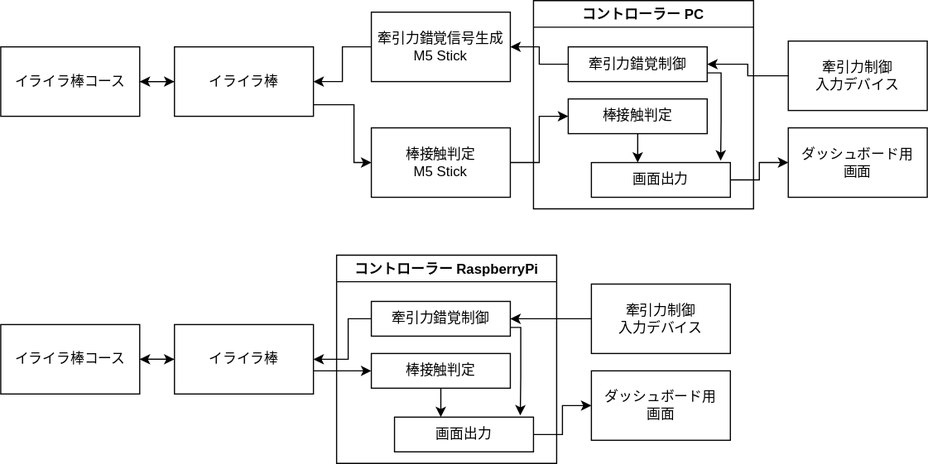
This is システム構成図.drawio.svg from project-isehara/iraira-game, a draw.io export, as it was before one commit. Source tidied: cells renumbered, new cells last; positions are measured from the earlier drawing's top-left corner, leaving out a move shared by most shapes.
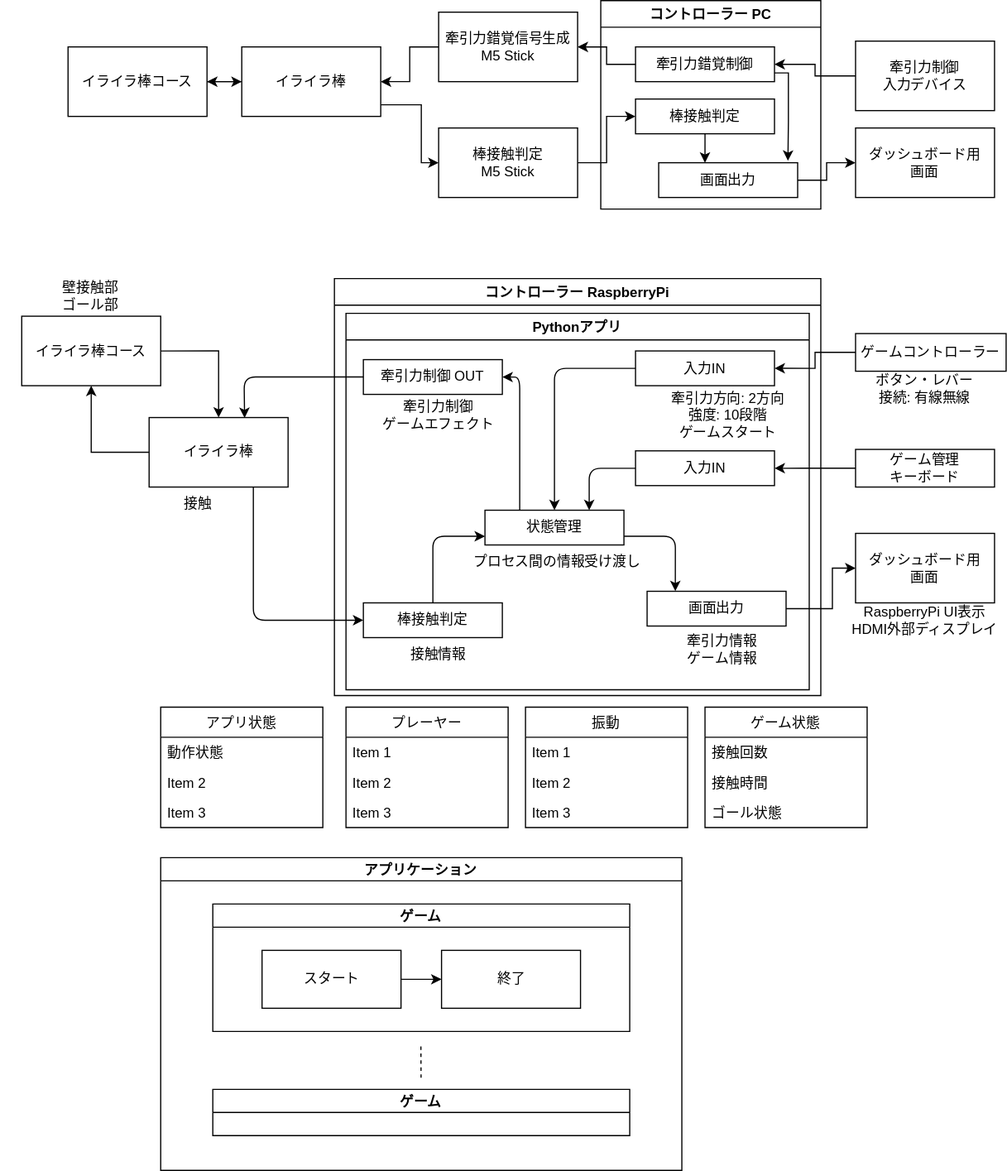
After the change.

Diff of the diagram source:
```diff
@@ -6,63 +6,87 @@
       <mxGeometry relative="1" as="geometry" />
     </mxCell>
     <mxCell id="3" value="イライラ棒コース" style="rounded=0;whiteSpace=wrap;html=1;" parent="1" vertex="1">
-      <mxGeometry y="280" width="120" height="60" as="geometry" />
+      <mxGeometry x="-40" y="272.5" width="120" height="60" as="geometry" />
     </mxCell>
-    <mxCell id="4" style="edgeStyle=orthogonalEdgeStyle;rounded=0;jettySize=auto;html=1;" parent="1" edge="1" source="6" target="3">
+    <mxCell id="4" style="edgeStyle=orthogonalEdgeStyle;rounded=0;jettySize=auto;html=1;exitX=0;exitY=0.5;exitDx=0;exitDy=0;" parent="1" edge="1" source="6" target="3">
       <mxGeometry relative="1" as="geometry" />
     </mxCell>
-    <mxCell id="5" style="edgeStyle=orthogonalEdgeStyle;rounded=0;jettySize=auto;html=1;" parent="1" edge="1" target="11">
-      <mxGeometry relative="1" as="geometry">
-        <mxPoint x="270" y="320" as="sourcePoint" />
-      </mxGeometry>
-    </mxCell>
+    <mxCell id="38" style="edgeStyle=orthogonalEdgeStyle;html=1;entryX=0;entryY=0.5;entryDx=0;entryDy=0;exitX=0.75;exitY=1;exitDx=0;exitDy=0;" parent="1" edge="1" source="6" target="11">
+      <mxGeometry relative="1" as="geometry" />
+    </mxCell>
     <mxCell id="6" value="イライラ棒" style="rounded=0;whiteSpace=wrap;html=1;" parent="1" vertex="1">
-      <mxGeometry x="150" y="280" width="120" height="60" as="geometry" />
+      <mxGeometry x="70" y="360" width="120" height="60" as="geometry" />
     </mxCell>
     <mxCell id="7" value="コントローラー RaspberryPi" style="swimlane;" parent="1" vertex="1">
-      <mxGeometry x="290" y="220" width="190" height="180" as="geometry" />
+      <mxGeometry x="230" y="240" width="420" height="360" as="geometry" />
     </mxCell>
-    <mxCell id="8" style="edgeStyle=orthogonalEdgeStyle;rounded=0;jettySize=auto;html=1;exitX=1;exitY=0.75;exitDx=0;exitDy=0;entryX=0.905;entryY=-0.049;entryDx=0;entryDy=0;entryPerimeter=0;" parent="7" edge="1" source="9" target="12">
-      <mxGeometry relative="1" as="geometry">
-        <Array as="points">
-          <mxPoint x="159" y="63" />
-          <mxPoint x="159" y="105" />
-          <mxPoint x="159" y="105" />
-        </Array>
-      </mxGeometry>
-    </mxCell>
+    <mxCell id="39" value="Pythonアプリ" style="swimlane;" parent="7" vertex="1">
+      <mxGeometry x="10" y="30" width="400" height="325" as="geometry" />
+    </mxCell>
+    <mxCell id="40" style="edgeStyle=orthogonalEdgeStyle;html=1;" parent="39" edge="1" source="41" target="44">
+      <mxGeometry relative="1" as="geometry" />
+    </mxCell>
+    <mxCell id="41" value="入力IN" style="rounded=0;whiteSpace=wrap;html=1;" parent="39" vertex="1">
+      <mxGeometry x="250" y="32.5" width="120" height="30" as="geometry" />
+    </mxCell>
-    <mxCell id="9" value="&lt;div&gt;牽引力錯覚制御&lt;/div&gt;" style="rounded=0;whiteSpace=wrap;html=1;" parent="7" vertex="1">
-      <mxGeometry x="30" y="40" width="120" height="30" as="geometry" />
+    <mxCell id="9" value="&lt;div&gt;牽引力制御 OUT&lt;/div&gt;" style="rounded=0;whiteSpace=wrap;html=1;" parent="39" vertex="1">
+      <mxGeometry x="15" y="40" width="120" height="30" as="geometry" />
     </mxCell>
-    <mxCell id="10" style="edgeStyle=orthogonalEdgeStyle;rounded=0;jettySize=auto;html=1;entryX=0.333;entryY=0;entryDx=0;entryDy=0;entryPerimeter=0;" parent="7" edge="1" source="11" target="12">
-      <mxGeometry relative="1" as="geometry" />
-    </mxCell>
+    <mxCell id="42" style="edgeStyle=orthogonalEdgeStyle;html=1;exitX=1;exitY=0.75;exitDx=0;exitDy=0;entryX=0.203;entryY=-0.003;entryDx=0;entryDy=0;entryPerimeter=0;" parent="39" edge="1" source="44" target="12">
+      <mxGeometry relative="1" as="geometry" />
+    </mxCell>
+    <mxCell id="43" style="edgeStyle=orthogonalEdgeStyle;html=1;exitX=0.25;exitY=0;exitDx=0;exitDy=0;entryX=1;entryY=0.5;entryDx=0;entryDy=0;" parent="39" edge="1" source="44" target="9">
+      <mxGeometry relative="1" as="geometry" />
+    </mxCell>
+    <mxCell id="44" value="状態管理" style="rounded=0;whiteSpace=wrap;html=1;" parent="39" vertex="1">
+      <mxGeometry x="120" y="170" width="120" height="30" as="geometry" />
+    </mxCell>
+    <mxCell id="45" style="edgeStyle=orthogonalEdgeStyle;html=1;entryX=0;entryY=0.75;entryDx=0;entryDy=0;" parent="39" edge="1" source="11" target="44">
+      <mxGeometry relative="1" as="geometry" />
+    </mxCell>
-    <mxCell id="11" value="&lt;div&gt;棒接触判定&lt;/div&gt;" style="rounded=0;whiteSpace=wrap;html=1;" parent="7" vertex="1">
-      <mxGeometry x="30" y="85" width="120" height="30" as="geometry" />
+    <mxCell id="11" value="&lt;div&gt;棒接触判定&lt;/div&gt;" style="rounded=0;whiteSpace=wrap;html=1;" parent="39" vertex="1">
+      <mxGeometry x="15" y="250" width="120" height="30" as="geometry" />
     </mxCell>
-    <mxCell id="12" value="&lt;div&gt;画面出力&lt;/div&gt;" style="rounded=0;whiteSpace=wrap;html=1;" parent="7" vertex="1">
-      <mxGeometry x="50" y="140" width="120" height="30" as="geometry" />
+    <mxCell id="12" value="&lt;div&gt;画面出力&lt;/div&gt;" style="rounded=0;whiteSpace=wrap;html=1;" parent="39" vertex="1">
+      <mxGeometry x="260" y="240" width="120" height="30" as="geometry" />
     </mxCell>
+    <mxCell id="46" value="牽引力方向: 2方向&lt;br&gt;強度: 10段階&lt;br&gt;ゲームスタート" style="text;html=1;strokeColor=none;fillColor=none;align=center;verticalAlign=middle;whiteSpace=wrap;rounded=0;" parent="39" vertex="1">
+      <mxGeometry x="270" y="62.5" width="120" height="50" as="geometry" />
+    </mxCell>
+    <mxCell id="47" value="牽引力情報&lt;br&gt;ゲーム情報" style="text;html=1;strokeColor=none;fillColor=none;align=center;verticalAlign=middle;whiteSpace=wrap;rounded=0;" parent="39" vertex="1">
+      <mxGeometry x="260" y="275" width="130" height="30" as="geometry" />
+    </mxCell>
+    <mxCell id="48" style="edgeStyle=orthogonalEdgeStyle;html=1;entryX=0.75;entryY=0;entryDx=0;entryDy=0;" parent="39" edge="1" source="49" target="44">
+      <mxGeometry relative="1" as="geometry" />
+    </mxCell>
+    <mxCell id="49" value="入力IN" style="rounded=0;whiteSpace=wrap;html=1;" parent="39" vertex="1">
+      <mxGeometry x="250" y="118.8" width="120" height="30" as="geometry" />
+    </mxCell>
+    <mxCell id="50" value="接触情報" style="text;html=1;strokeColor=none;fillColor=none;align=center;verticalAlign=middle;whiteSpace=wrap;rounded=0;" parent="39" vertex="1">
+      <mxGeometry x="15" y="280" width="130" height="30" as="geometry" />
+    </mxCell>
+    <mxCell id="51" value="牽引力制御&lt;br&gt;ゲームエフェクト" style="text;html=1;strokeColor=none;fillColor=none;align=center;verticalAlign=middle;whiteSpace=wrap;rounded=0;" parent="39" vertex="1">
+      <mxGeometry x="15" y="72.5" width="130" height="30" as="geometry" />
+    </mxCell>
+    <mxCell id="52" value="プロセス間の情報受け渡し&lt;br&gt;" style="text;html=1;strokeColor=none;fillColor=none;align=center;verticalAlign=middle;whiteSpace=wrap;rounded=0;" parent="39" vertex="1">
+      <mxGeometry x="105" y="200" width="155" height="30" as="geometry" />
+    </mxCell>
     <mxCell id="13" value="&lt;div&gt;ダッシュボード用&lt;/div&gt;&lt;div&gt;画面&lt;/div&gt;" style="rounded=0;whiteSpace=wrap;html=1;" parent="1" vertex="1">
-      <mxGeometry x="510" y="320" width="120" height="60" as="geometry" />
+      <mxGeometry x="680" y="460" width="120" height="60" as="geometry" />
     </mxCell>
-    <mxCell id="14" style="edgeStyle=orthogonalEdgeStyle;rounded=0;jettySize=auto;html=1;entryX=1;entryY=0.5;entryDx=0;entryDy=0;" parent="1" edge="1" source="15" target="9">
+    <mxCell id="14" style="edgeStyle=orthogonalEdgeStyle;rounded=0;jettySize=auto;html=1;entryX=1;entryY=0.5;entryDx=0;entryDy=0;" parent="1" edge="1" source="15" target="41">
       <mxGeometry relative="1" as="geometry" />
     </mxCell>
-    <mxCell id="15" value="牽引力制御&lt;br&gt;入力デバイス" style="rounded=0;whiteSpace=wrap;html=1;" parent="1" vertex="1">
-      <mxGeometry x="510" y="245" width="120" height="60" as="geometry" />
+    <mxCell id="15" value="ゲームコントローラー" style="rounded=0;whiteSpace=wrap;html=1;" parent="1" vertex="1">
+      <mxGeometry x="680" y="287.5" width="130" height="32.5" as="geometry" />
     </mxCell>
-    <mxCell id="16" style="edgeStyle=orthogonalEdgeStyle;rounded=0;jettySize=auto;html=1;" parent="1" edge="1" source="9">
-      <mxGeometry relative="1" as="geometry">
-        <mxPoint x="270" y="310" as="targetPoint" />
-        <Array as="points">
-          <mxPoint x="300" y="275" />
-          <mxPoint x="300" y="310" />
-        </Array>
-      </mxGeometry>
-    </mxCell>
     <mxCell id="17" style="edgeStyle=orthogonalEdgeStyle;rounded=0;jettySize=auto;html=1;" parent="1" edge="1" source="12" target="13">
-      <mxGeometry relative="1" as="geometry" />
+      <mxGeometry relative="1" as="geometry">
+        <Array as="points">
+          <mxPoint x="660" y="525" />
+          <mxPoint x="660" y="490" />
+        </Array>
+      </mxGeometry>
     </mxCell>
     <mxCell id="18" style="edgeStyle=orthogonalEdgeStyle;rounded=0;jettySize=auto;html=1;" parent="1" edge="1" source="19" target="26">
       <mxGeometry relative="1" as="geometry" />
@@ -134,5 +158,102 @@
     <mxCell id="37" style="edgeStyle=orthogonalEdgeStyle;rounded=0;jettySize=auto;html=1;entryX=1;entryY=0.5;entryDx=0;entryDy=0;" parent="1" edge="1" source="29" target="19">
       <mxGeometry relative="1" as="geometry" />
     </mxCell>
+    <mxCell id="53" style="edgeStyle=none;html=1;entryX=0.687;entryY=0.006;entryDx=0;entryDy=0;entryPerimeter=0;" parent="1" edge="1" source="9" target="6">
+      <mxGeometry relative="1" as="geometry">
+        <Array as="points">
+          <mxPoint x="152" y="325" />
+        </Array>
+      </mxGeometry>
+    </mxCell>
+    <mxCell id="54" value="ボタン・レバー&lt;br&gt;接続: 有線無線" style="text;html=1;strokeColor=none;fillColor=none;align=center;verticalAlign=middle;whiteSpace=wrap;rounded=0;" parent="1" vertex="1">
+      <mxGeometry x="680" y="320" width="120" height="30" as="geometry" />
+    </mxCell>
+    <mxCell id="55" value="RaspberryPi UI表示&lt;br&gt;HDMI外部ディスプレイ" style="text;html=1;strokeColor=none;fillColor=none;align=center;verticalAlign=middle;whiteSpace=wrap;rounded=0;" parent="1" vertex="1">
+      <mxGeometry x="675" y="520" width="130" height="30" as="geometry" />
+    </mxCell>
+    <mxCell id="56" value="アプリ状態" style="swimlane;fontStyle=0;horizontal=1;startSize=26;fillColor=none;" parent="1" vertex="1">
+      <mxGeometry x="80" y="610" width="140" height="104" as="geometry" />
+    </mxCell>
+    <mxCell id="57" value="動作状態" style="text;strokeColor=none;fillColor=none;align=left;verticalAlign=top;spacingLeft=4;spacingRight=4;overflow=hidden;" parent="56" vertex="1">
+      <mxGeometry y="26" width="140" height="26" as="geometry" />
+    </mxCell>
+    <mxCell id="58" value="Item 2" style="text;strokeColor=none;fillColor=none;align=left;verticalAlign=top;spacingLeft=4;spacingRight=4;overflow=hidden;" parent="56" vertex="1">
+      <mxGeometry y="52" width="140" height="26" as="geometry" />
+    </mxCell>
+    <mxCell id="59" value="Item 3" style="text;strokeColor=none;fillColor=none;align=left;verticalAlign=top;spacingLeft=4;spacingRight=4;overflow=hidden;" parent="56" vertex="1">
+      <mxGeometry y="78" width="140" height="26" as="geometry" />
+    </mxCell>
+    <mxCell id="60" value="プレーヤー" style="swimlane;fontStyle=0;horizontal=1;startSize=26;fillColor=none;" parent="1" vertex="1">
+      <mxGeometry x="240" y="610" width="140" height="104" as="geometry" />
+    </mxCell>
+    <mxCell id="61" value="Item 1" style="text;strokeColor=none;fillColor=none;align=left;verticalAlign=top;spacingLeft=4;spacingRight=4;overflow=hidden;" parent="60" vertex="1">
+      <mxGeometry y="26" width="140" height="26" as="geometry" />
+    </mxCell>
+    <mxCell id="62" value="Item 2" style="text;strokeColor=none;fillColor=none;align=left;verticalAlign=top;spacingLeft=4;spacingRight=4;overflow=hidden;" parent="60" vertex="1">
+      <mxGeometry y="52" width="140" height="26" as="geometry" />
+    </mxCell>
+    <mxCell id="63" value="Item 3" style="text;strokeColor=none;fillColor=none;align=left;verticalAlign=top;spacingLeft=4;spacingRight=4;overflow=hidden;" parent="60" vertex="1">
+      <mxGeometry y="78" width="140" height="26" as="geometry" />
+    </mxCell>
+    <mxCell id="64" value="振動" style="swimlane;fontStyle=0;horizontal=1;startSize=26;fillColor=none;" parent="1" vertex="1">
+      <mxGeometry x="395" y="610" width="140" height="104" as="geometry" />
+    </mxCell>
+    <mxCell id="65" value="Item 1" style="text;strokeColor=none;fillColor=none;align=left;verticalAlign=top;spacingLeft=4;spacingRight=4;overflow=hidden;" parent="64" vertex="1">
+      <mxGeometry y="26" width="140" height="26" as="geometry" />
+    </mxCell>
+    <mxCell id="66" value="Item 2" style="text;strokeColor=none;fillColor=none;align=left;verticalAlign=top;spacingLeft=4;spacingRight=4;overflow=hidden;" parent="64" vertex="1">
+      <mxGeometry y="52" width="140" height="26" as="geometry" />
+    </mxCell>
+    <mxCell id="67" value="Item 3" style="text;strokeColor=none;fillColor=none;align=left;verticalAlign=top;spacingLeft=4;spacingRight=4;overflow=hidden;" parent="64" vertex="1">
+      <mxGeometry y="78" width="140" height="26" as="geometry" />
+    </mxCell>
+    <mxCell id="68" value="ゲーム状態" style="swimlane;fontStyle=0;horizontal=1;startSize=26;fillColor=none;" parent="1" vertex="1">
+      <mxGeometry x="550" y="610" width="140" height="104" as="geometry" />
+    </mxCell>
+    <mxCell id="69" value="接触回数" style="text;strokeColor=none;fillColor=none;align=left;verticalAlign=top;spacingLeft=4;spacingRight=4;overflow=hidden;" parent="68" vertex="1">
+      <mxGeometry y="26" width="140" height="26" as="geometry" />
+    </mxCell>
+    <mxCell id="70" value="接触時間" style="text;strokeColor=none;fillColor=none;align=left;verticalAlign=top;spacingLeft=4;spacingRight=4;overflow=hidden;" parent="68" vertex="1">
+      <mxGeometry y="52" width="140" height="26" as="geometry" />
+    </mxCell>
+    <mxCell id="71" value="ゴール状態" style="text;strokeColor=none;fillColor=none;align=left;verticalAlign=top;spacingLeft=4;spacingRight=4;overflow=hidden;" parent="68" vertex="1">
+      <mxGeometry y="78" width="140" height="26" as="geometry" />
+    </mxCell>
+    <mxCell id="72" value="アプリケーション" style="swimlane;startSize=20;" parent="1" vertex="1">
+      <mxGeometry x="80" y="740" width="450" height="270" as="geometry" />
+    </mxCell>
+    <mxCell id="73" value="スタート" style="rounded=0;whiteSpace=wrap;html=1;" parent="72" vertex="1">
+      <mxGeometry x="87.5" y="80" width="120" height="50" as="geometry" />
+    </mxCell>
+    <mxCell id="74" value="終了" style="rounded=0;whiteSpace=wrap;html=1;" parent="72" vertex="1">
+      <mxGeometry x="242.5" y="80" width="120" height="50" as="geometry" />
+    </mxCell>
+    <mxCell id="75" style="edgeStyle=orthogonalEdgeStyle;html=1;entryX=0;entryY=0.5;entryDx=0;entryDy=0;" parent="72" edge="1" source="73" target="74">
+      <mxGeometry relative="1" as="geometry" />
+    </mxCell>
+    <mxCell id="76" value="ゲーム" style="swimlane;startSize=20;" parent="72" vertex="1">
+      <mxGeometry x="45" y="40" width="360" height="110" as="geometry" />
+    </mxCell>
+    <mxCell id="77" style="endArrow=none;dashed=1;html=1;" parent="72" edge="1">
+      <mxGeometry relative="1" as="geometry">
+        <mxPoint x="224.8" y="190" as="sourcePoint" />
+        <mxPoint x="224.7" y="160" as="targetPoint" />
+      </mxGeometry>
+    </mxCell>
+    <mxCell id="78" value="ゲーム" style="swimlane;startSize=20;" parent="72" vertex="1">
+      <mxGeometry x="45" y="200" width="360" height="40" as="geometry" />
+    </mxCell>
+    <mxCell id="79" style="edgeStyle=orthogonalEdgeStyle;html=1;" parent="1" edge="1" source="80" target="49">
+      <mxGeometry relative="1" as="geometry" />
+    </mxCell>
+    <mxCell id="80" value="ゲーム管理&lt;br&gt;キーボード" style="rounded=0;whiteSpace=wrap;html=1;" parent="1" vertex="1">
+      <mxGeometry x="680" y="387.5" width="120" height="32.5" as="geometry" />
+    </mxCell>
+    <mxCell id="81" value="接触" style="text;html=1;strokeColor=none;fillColor=none;align=center;verticalAlign=middle;whiteSpace=wrap;rounded=0;" parent="1" vertex="1">
+      <mxGeometry x="35" y="420" width="155" height="30" as="geometry" />
+    </mxCell>
+    <mxCell id="82" value="壁接触部&lt;br&gt;ゴール部" style="text;html=1;strokeColor=none;fillColor=none;align=center;verticalAlign=middle;whiteSpace=wrap;rounded=0;" parent="1" vertex="1">
+      <mxGeometry x="-57.5" y="240" width="155" height="30" as="geometry" />
+    </mxCell>
   </root>
 </mxGraphModel>
```
